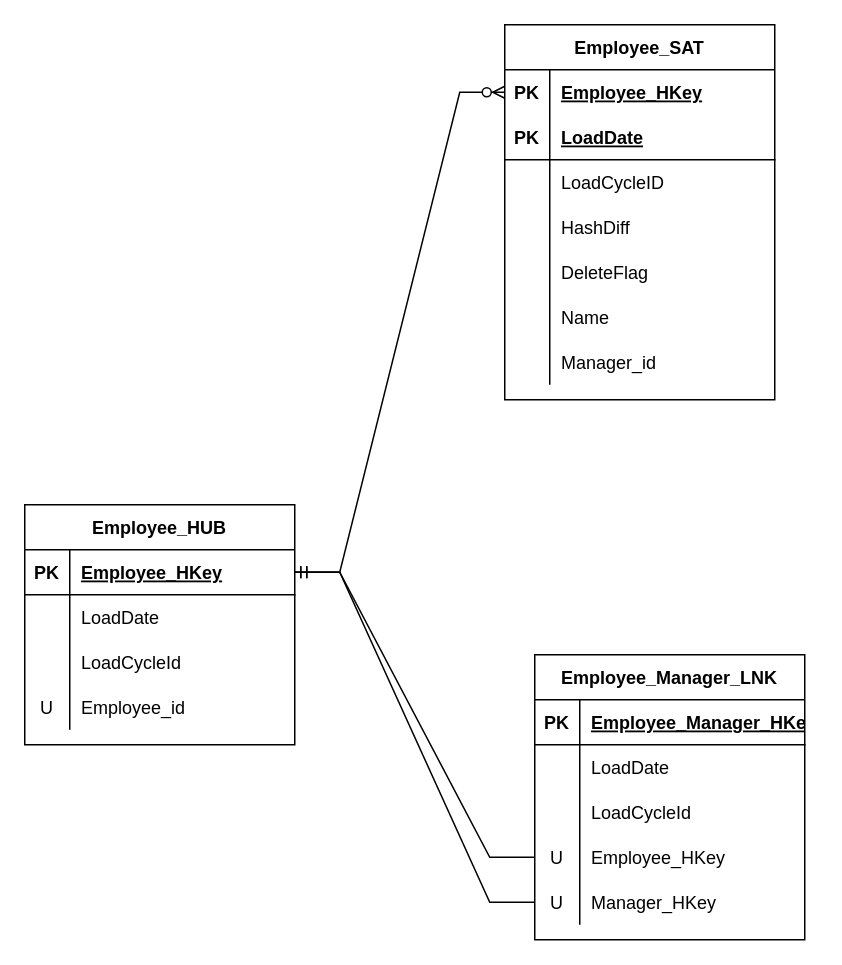
The draw.io diagram DataVault2.drawio in tobiasrist/Vaultspeed, before the edit. Source tidied: cells renumbered, new cells numbered last; positions are measured from the earlier drawing's top-left corner, leaving out a move shared by most shapes. Both pictures are drawn from the tidied source at 150%, with x=0, y=0 at pixel (24, 24).
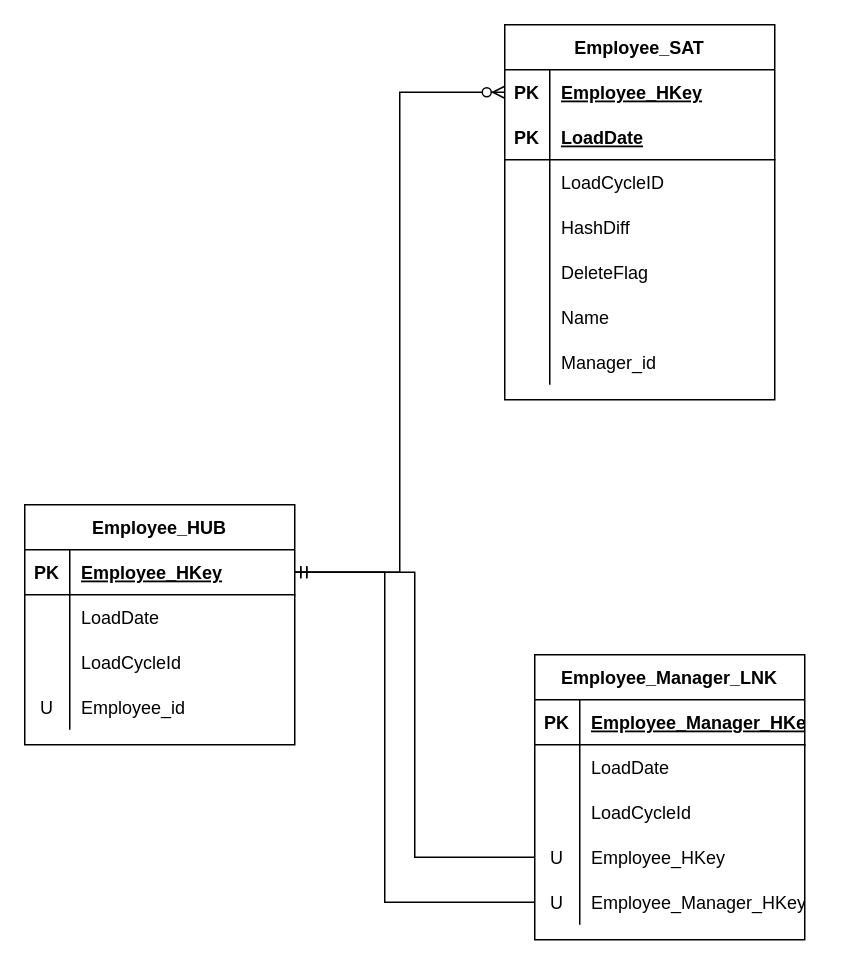
The same diagram, later.

Unchanged cells that the change refers to:
```xml
<mxCell id="3" style="shape=tableRow;horizontal=0;startSize=0;swimlaneHead=0;swimlaneBody=0;fillColor=none;points=[[0,0.5],[1,0.5]];portConstraint=eastwest;top=0;left=0;right=0;bottom=1;" parent="2" vertex="1">
  <mxGeometry y="30" width="180" height="30" as="geometry" />
</mxCell>
<mxCell id="17" style="shape=tableRow;horizontal=0;startSize=0;swimlaneHead=0;swimlaneBody=0;fillColor=none;points=[[0,0.5],[1,0.5]];portConstraint=eastwest;top=0;left=0;right=0;bottom=0;" parent="16" vertex="1">
  <mxGeometry y="30" width="180" height="30" as="geometry" />
</mxCell>
<mxCell id="48" style="shape=tableRow;horizontal=0;startSize=0;swimlaneHead=0;swimlaneBody=0;fillColor=none;points=[[0,0.5],[1,0.5]];portConstraint=eastwest;top=0;left=0;right=0;bottom=0;" parent="38" vertex="1">
  <mxGeometry y="120" width="180" height="30" as="geometry" />
</mxCell>
<mxCell id="51" style="shape=tableRow;horizontal=0;startSize=0;swimlaneHead=0;swimlaneBody=0;fillColor=none;points=[[0,0.5],[1,0.5]];portConstraint=eastwest;top=0;left=0;right=0;bottom=0;" parent="38" vertex="1">
  <mxGeometry y="150" width="180" height="30" as="geometry" />
</mxCell>
```

What changed in the source:
```diff
@@
-    <mxCell id="15" style="edgeStyle=entityRelationEdgeStyle;fontSize=12;html=1;endArrow=ERzeroToMany;endFill=1;rounded=0;entryX=0;entryY=0.5;entryDx=0;entryDy=0;exitX=1;exitY=0.5;exitDx=0;exitDy=0;" parent="1" edge="1" source="3" target="17">
+    <mxCell id="15" style="edgeStyle=orthogonalEdgeStyle;fontSize=12;html=1;endArrow=ERzeroToMany;endFill=1;rounded=0;entryX=0;entryY=0.5;entryDx=0;entryDy=0;exitX=1;exitY=0.5;exitDx=0;exitDy=0;" parent="1" edge="1" source="3" target="17">
       <mxGeometry relative="1" as="geometry" />
     </mxCell>
@@
-    <mxCell id="53" value="Manager_HKey" style="shape=partialRectangle;fillColor=none;top=0;left=0;bottom=0;right=0;align=left;spacingLeft=6;overflow=hidden;" parent="51" vertex="1">
+    <mxCell id="53" value="Employee_Manager_HKey" style="shape=partialRectangle;fillColor=none;top=0;left=0;bottom=0;right=0;align=left;spacingLeft=6;overflow=hidden;" parent="51" vertex="1">
       <mxGeometry x="30" width="150" height="30" as="geometry" />
     </mxCell>
-    <mxCell id="54" style="edgeStyle=entityRelationEdgeStyle;fontSize=12;html=1;endArrow=ERmandOne;rounded=0;entryX=1;entryY=0.5;entryDx=0;entryDy=0;exitX=0;exitY=0.5;exitDx=0;exitDy=0;" parent="1" edge="1" source="48" target="3">
+    <mxCell id="54" style="edgeStyle=orthogonalEdgeStyle;fontSize=12;html=1;endArrow=ERmandOne;rounded=0;entryX=1;entryY=0.5;entryDx=0;entryDy=0;exitX=0;exitY=0.5;exitDx=0;exitDy=0;" parent="1" edge="1" source="48" target="3">
       <mxGeometry relative="1" as="geometry" />
     </mxCell>
-    <mxCell id="55" style="edgeStyle=entityRelationEdgeStyle;fontSize=12;html=1;endArrow=ERmandOne;rounded=0;entryX=1;entryY=0.5;entryDx=0;entryDy=0;exitX=0;exitY=0.5;exitDx=0;exitDy=0;" parent="1" edge="1" source="51" target="3">
-      <mxGeometry relative="1" as="geometry" />
+    <mxCell id="55" style="edgeStyle=orthogonalEdgeStyle;fontSize=12;html=1;endArrow=ERmandOne;rounded=0;entryX=1;entryY=0.5;entryDx=0;entryDy=0;exitX=0;exitY=0.5;exitDx=0;exitDy=0;" parent="1" edge="1" source="51" target="3">
+      <mxGeometry relative="1" as="geometry">
+        <Array as="points">
+          <mxPoint x="240" y="585" />
+          <mxPoint x="240" y="365" />
+        </Array>
+      </mxGeometry>
     </mxCell>
```
